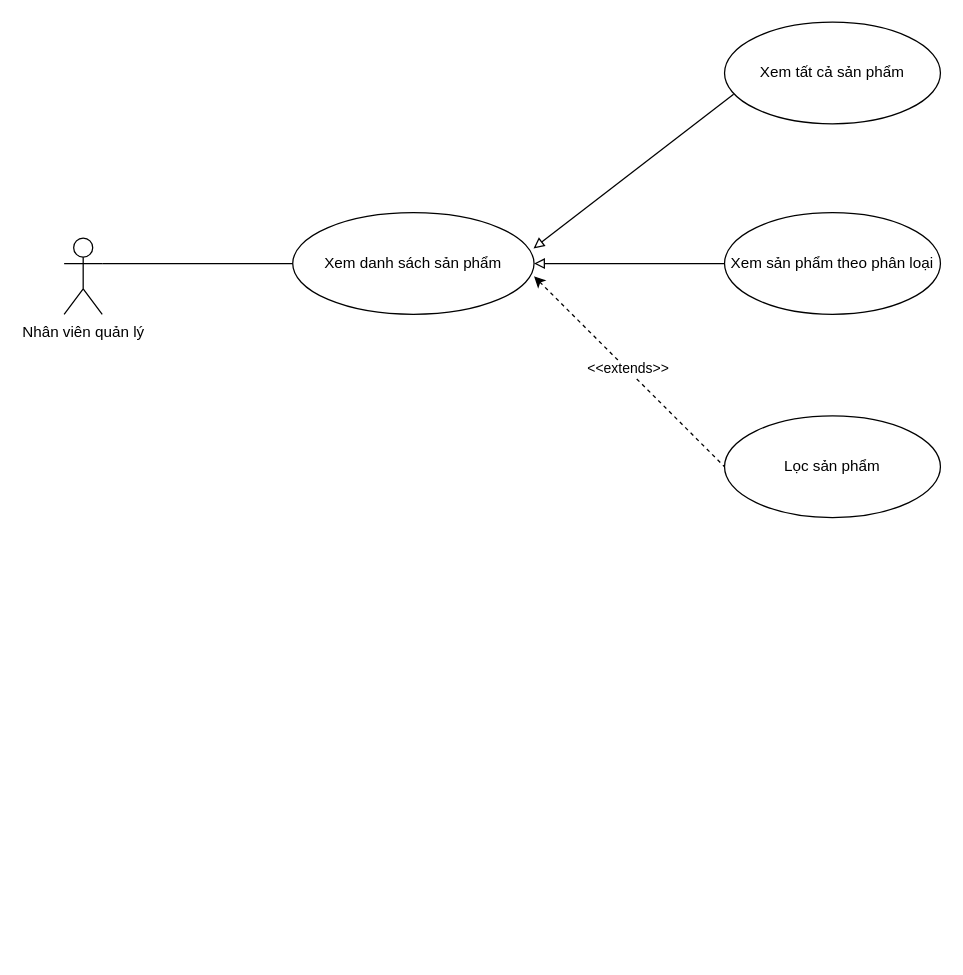
This is Documents/Usecase_BookStore.drawio from nphuonha2101/BookStore_Software-Engineering, a draw.io file, before an edit. Source tidied: cells renumbered, new cells numbered last; positions are measured from the earlier drawing's top-left corner, leaving out a move shared by most shapes. Both pictures are drawn from the tidied source at 127%, with x=0, y=0 at pixel (64, 22).
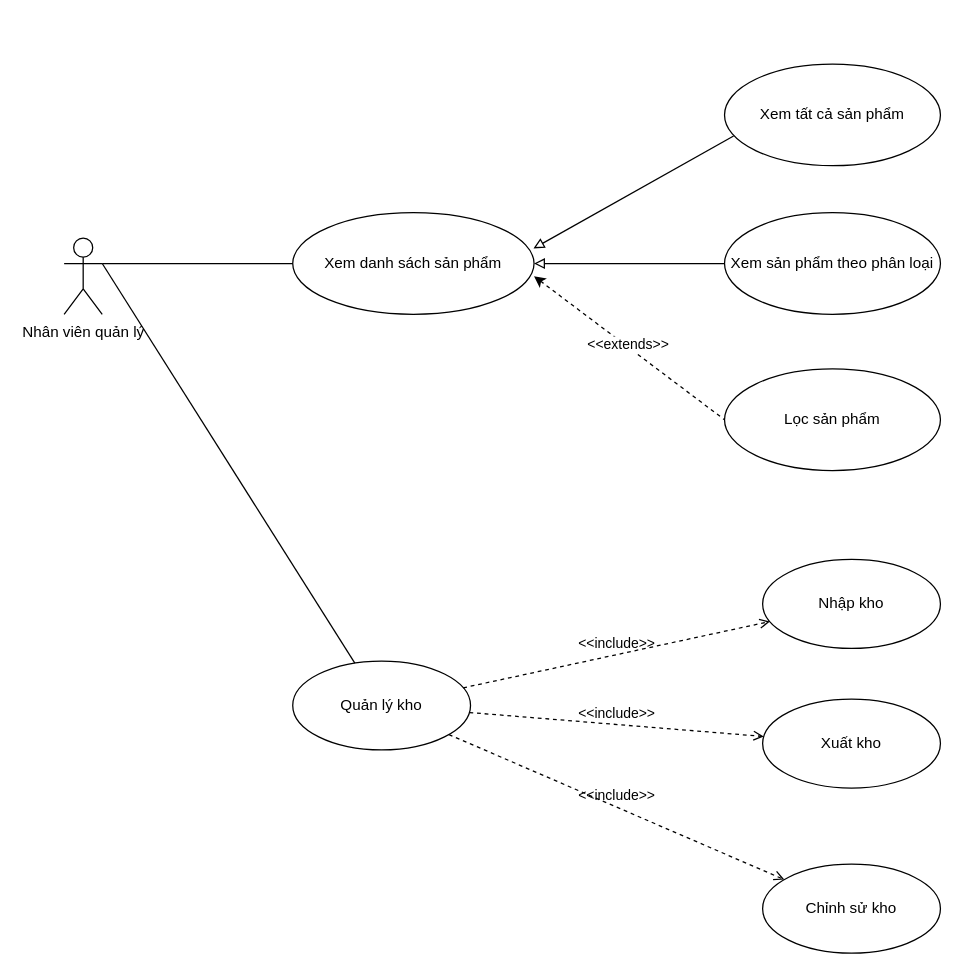
The same diagram, later.

Commit message:
feat: add manage store use case

What changed in the source:
```diff
@@
 <mxGraphModel>
   <root>
     <mxCell id="0" />
     <mxCell id="1" parent="0" />
     <mxCell id="2" value="&lt;div&gt;Nhân viên quản lý&lt;/div&gt;" style="shape=umlActor;verticalLabelPosition=bottom;verticalAlign=top;html=1;outlineConnect=0;" parent="1" vertex="1">
       <mxGeometry y="170" width="30" height="60" as="geometry" />
     </mxCell>
     <mxCell id="3" value="Xem danh sách sản phẩm" style="ellipse;whiteSpace=wrap;html=1;" parent="1" vertex="1">
       <mxGeometry x="180" y="150" width="190" height="80" as="geometry" />
     </mxCell>
     <mxCell id="4" style="edgeStyle=orthogonalEdgeStyle;rounded=0;jettySize=auto;html=1;exitX=1;exitY=0.3333333333333333;exitDx=0;exitDy=0;exitPerimeter=0;entryX=0;entryY=0.5;entryDx=0;entryDy=0;entryPerimeter=0;endArrow=none;endFill=0;" parent="1" edge="1" source="2" target="3">
       <mxGeometry relative="1" as="geometry" />
     </mxCell>
     <mxCell id="5" value="Xem tất cả sản phẩm" style="ellipse;whiteSpace=wrap;html=1;" parent="1" vertex="1">
-      <mxGeometry x="520" width="170" height="80" as="geometry" />
+      <mxGeometry x="520" y="33" width="170" height="80" as="geometry" />
     </mxCell>
     <mxCell id="6" style="endArrow=none;html=1;rounded=0;entryX=0.042;entryY=0.708;entryDx=0;entryDy=0;entryPerimeter=0;exitX=0.998;exitY=0.351;exitDx=0;exitDy=0;startArrow=block;startFill=0;exitPerimeter=0;" parent="1" edge="1" source="3" target="5">
       <mxGeometry relative="1" as="geometry" />
     </mxCell>
     <mxCell id="7" value="Xem sản phẩm theo phân loại" style="ellipse;whiteSpace=wrap;html=1;" parent="1" vertex="1">
       <mxGeometry x="520" y="150" width="170" height="80" as="geometry" />
     </mxCell>
     <mxCell id="8" style="endArrow=none;html=1;rounded=0;entryX=0;entryY=0.5;entryDx=0;entryDy=0;exitX=1;exitY=0.5;exitDx=0;exitDy=0;startArrow=block;startFill=0;" parent="1" edge="1" source="3" target="7">
       <mxGeometry relative="1" as="geometry" />
     </mxCell>
     <mxCell id="9" value="Lọc sản phẩm" style="ellipse;whiteSpace=wrap;html=1;" parent="1" vertex="1">
-      <mxGeometry x="520" y="310" width="170" height="80" as="geometry" />
+      <mxGeometry x="520" y="273" width="170" height="80" as="geometry" />
     </mxCell>
     <mxCell id="10" style="endArrow=none;html=1;rounded=0;exitX=1;exitY=0.625;exitDx=0;exitDy=0;exitPerimeter=0;entryX=0;entryY=0.5;entryDx=0;entryDy=0;dashed=1;startArrow=classic;startFill=1;" parent="1" edge="1" source="3" target="9">
       <mxGeometry relative="1" as="geometry" />
     </mxCell>
     <mxCell id="11" value="&amp;lt;&amp;lt;extends&amp;gt;&amp;gt;" style="edgeLabel;html=1;align=center;verticalAlign=middle;" parent="10" vertex="1">
       <mxGeometry x="-0.03" y="1" relative="1" as="geometry" />
     </mxCell>
+    <mxCell id="12" value="Quản lý kho" style="ellipse;whiteSpace=wrap;html=1;" parent="1" vertex="1">
+      <mxGeometry x="180" y="503" width="140" height="70" as="geometry" />
+    </mxCell>
+    <mxCell id="13" style="edgeStyle=none;html=1;endArrow=none;verticalAlign=bottom;rounded=0;exitX=1;exitY=0.3333333333333333;exitDx=0;exitDy=0;exitPerimeter=0;" parent="1" edge="1" source="2" target="12">
+      <mxGeometry relative="1" as="geometry" />
+    </mxCell>
+    <mxCell id="14" value="Nhập kho" style="ellipse;whiteSpace=wrap;html=1;" parent="1" vertex="1">
+      <mxGeometry x="550" y="423" width="140" height="70" as="geometry" />
+    </mxCell>
+    <mxCell id="15" value="Xuất kho" style="ellipse;whiteSpace=wrap;html=1;" parent="1" vertex="1">
+      <mxGeometry x="550" y="533" width="140" height="70" as="geometry" />
+    </mxCell>
+    <mxCell id="16" value="Chỉnh sử kho" style="ellipse;whiteSpace=wrap;html=1;" parent="1" vertex="1">
+      <mxGeometry x="550" y="663" width="140" height="70" as="geometry" />
+    </mxCell>
+    <mxCell id="17" value="&amp;lt;&amp;lt;include&amp;gt;&amp;gt;" style="edgeStyle=none;html=1;endArrow=open;verticalAlign=bottom;dashed=1;labelBackgroundColor=none;rounded=0;" parent="1" edge="1" source="12" target="14">
+      <mxGeometry relative="1" as="geometry" />
+    </mxCell>
+    <mxCell id="18" value="&amp;lt;&amp;lt;include&amp;gt;&amp;gt;" style="edgeStyle=none;html=1;endArrow=open;verticalAlign=bottom;dashed=1;labelBackgroundColor=none;rounded=0;" parent="1" edge="1" source="12" target="15">
+      <mxGeometry relative="1" as="geometry" />
+    </mxCell>
+    <mxCell id="19" value="&amp;lt;&amp;lt;include&amp;gt;&amp;gt;" style="edgeStyle=none;html=1;endArrow=open;verticalAlign=bottom;dashed=1;labelBackgroundColor=none;rounded=0;" parent="1" edge="1" source="12" target="16">
+      <mxGeometry relative="1" as="geometry" />
+    </mxCell>
   </root>
 </mxGraphModel>
```
